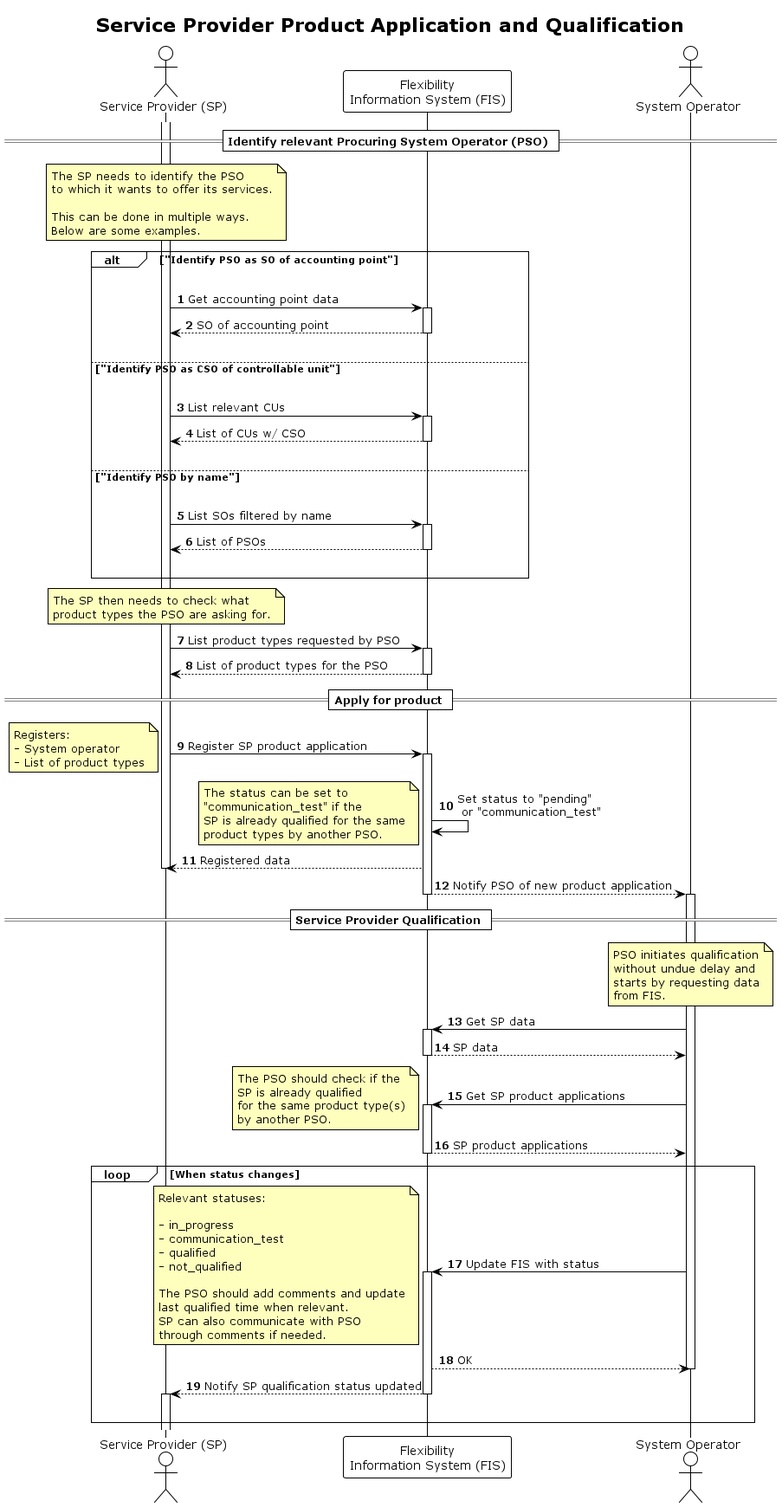
elhub/flex-information-system keeps this PlantUML diagram as docs/diagrams/service_provider_product_application.png. Above is the earlier version.
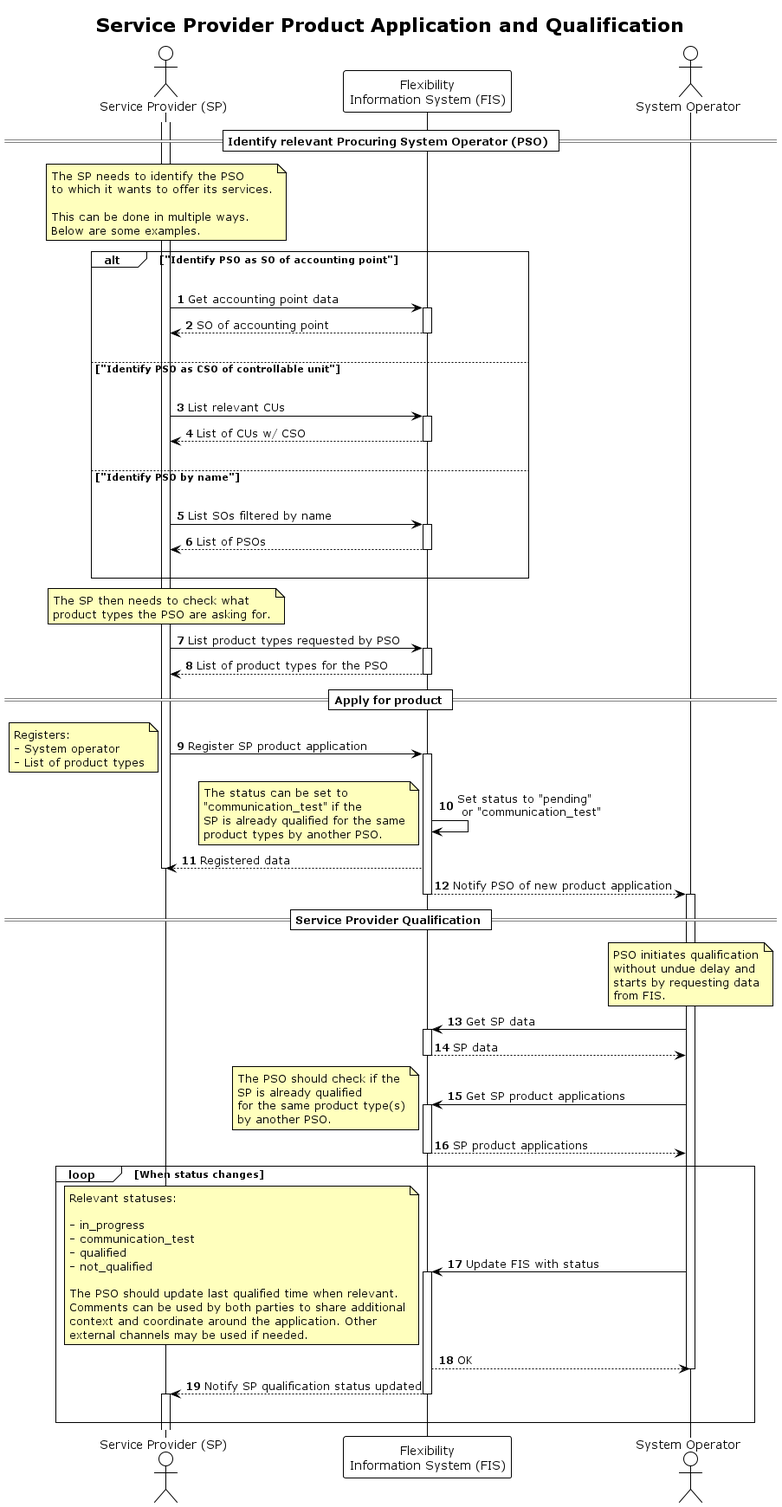
The same file after the commit.

Commit message:
docs: update comment in diagram

Diff of the diagram source:
```diff
@@ -117,10 +117,10 @@
         - qualified
         - not_qualified
 
-        The PSO should add comments and update
-        last qualified time when relevant.
-        SP can also communicate with PSO
-        through comments if needed.
+        The PSO should update last qualified time when relevant.
+        Comments can be used by both parties to share additional
+        context and coordinate around the application. Other
+        external channels may be used if needed.
     end note
     activate FIS
     FIS --> SO: OK
```
